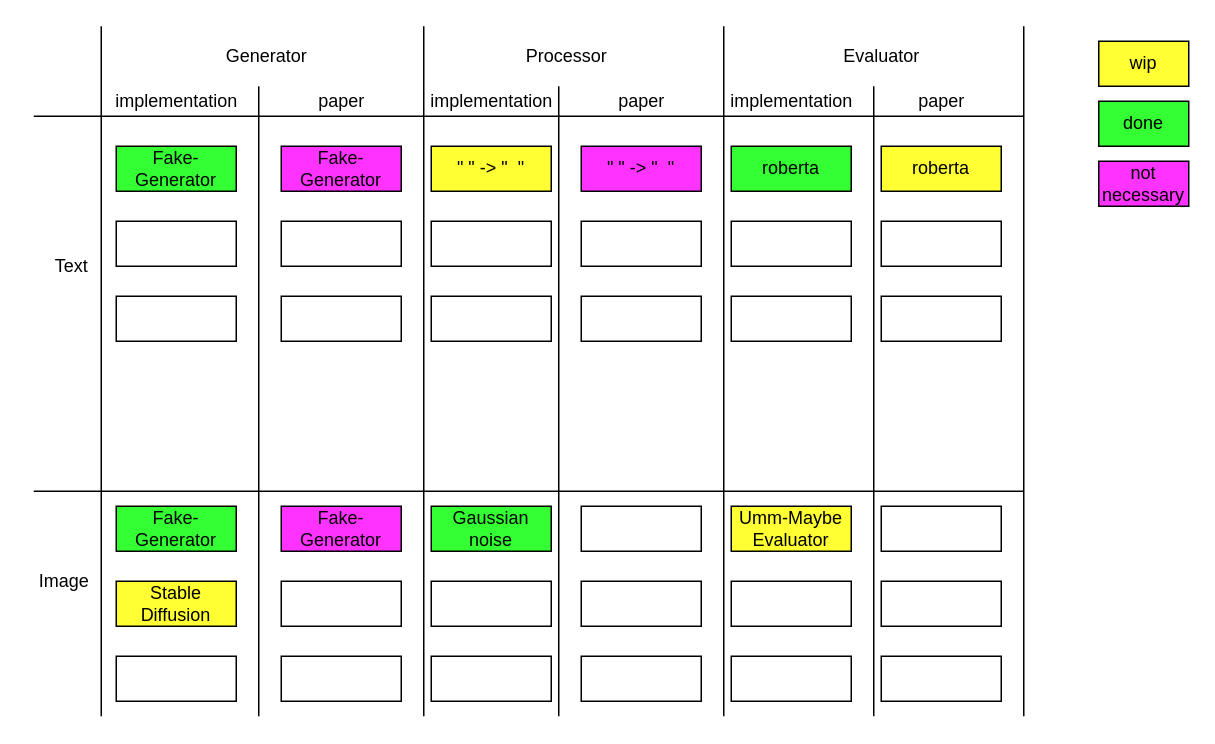
This is documentation/Overview ImplementationPaper.drawio from Ctrl-Alt-Defeat-Foundation-Models/informatiCup2024, a draw.io file, before an edit. Source tidied: cells renumbered, new cells numbered last; positions are measured from the earlier drawing's top-left corner, leaving out a move shared by most shapes. Both pictures are drawn from the tidied source at 150%, with x=0, y=0 at pixel (26, 26).
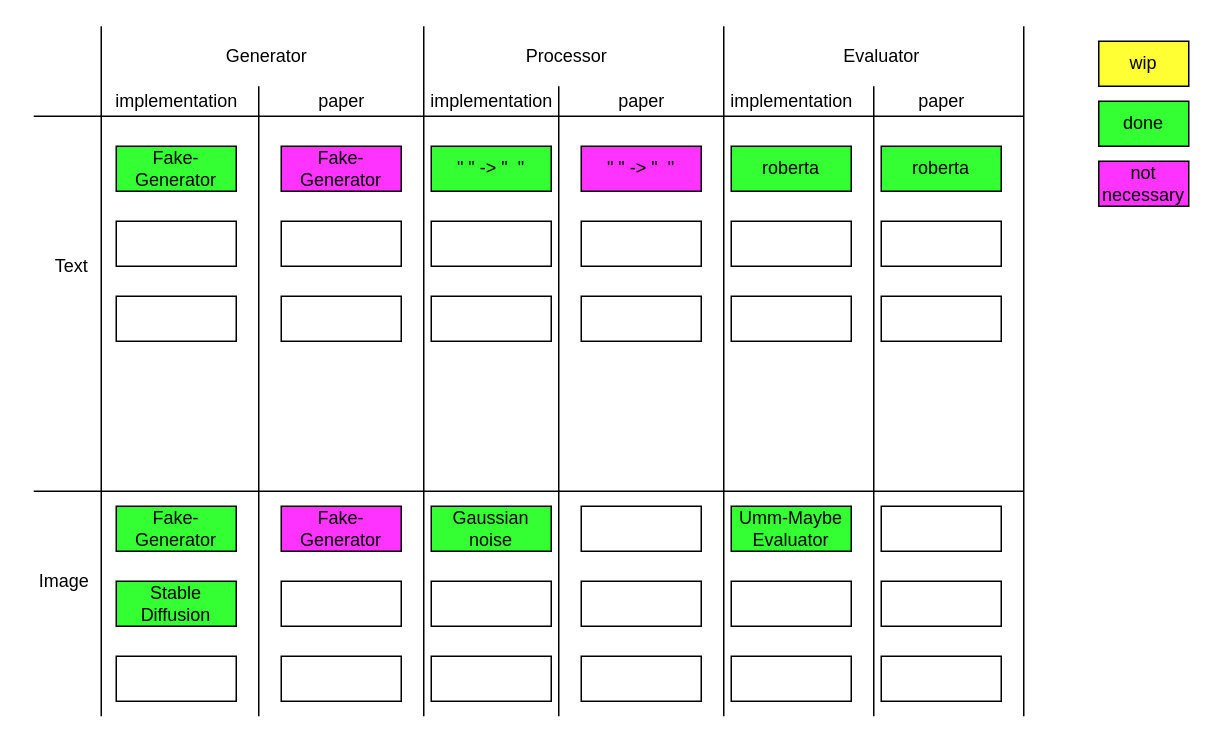
After the change.

Diff of the diagram source:
```diff
@@
-    <mxCell id="11" value="&quot; &quot; -&amp;gt; &quot;&amp;nbsp; &quot;" style="rounded=0;whiteSpace=wrap;html=1;fillColor=#FFFF33;" parent="1" vertex="1">
+    <mxCell id="11" value="&quot; &quot; -&amp;gt; &quot;&amp;nbsp; &quot;" style="rounded=0;whiteSpace=wrap;html=1;fillColor=#33FF33;" parent="1" vertex="1">
       <mxGeometry x="270" y="80" width="80" height="30" as="geometry" />
     </mxCell>
@@
-    <mxCell id="17" value="Stable Diffusion" style="rounded=0;whiteSpace=wrap;html=1;fillColor=#FFFF33;" parent="1" vertex="1">
+    <mxCell id="17" value="Stable Diffusion" style="rounded=0;whiteSpace=wrap;html=1;fillColor=#33FF33;" parent="1" vertex="1">
       <mxGeometry x="60" y="370" width="80" height="30" as="geometry" />
     </mxCell>
@@
-    <mxCell id="21" value="Umm-Maybe Evaluator" style="rounded=0;whiteSpace=wrap;html=1;verticalAlign=middle;fillColor=#FFFF33;" parent="1" vertex="1">
+    <mxCell id="21" value="Umm-Maybe Evaluator" style="rounded=0;whiteSpace=wrap;html=1;verticalAlign=middle;fillColor=#33FF33;" parent="1" vertex="1">
       <mxGeometry x="470" y="320" width="80" height="30" as="geometry" />
     </mxCell>
@@
-    <mxCell id="41" value="roberta" style="rounded=0;whiteSpace=wrap;html=1;fillColor=#FFFF33;" parent="1" vertex="1">
+    <mxCell id="41" value="roberta" style="rounded=0;whiteSpace=wrap;html=1;fillColor=#33FF33;" parent="1" vertex="1">
       <mxGeometry x="570" y="80" width="80" height="30" as="geometry" />
     </mxCell>
```
